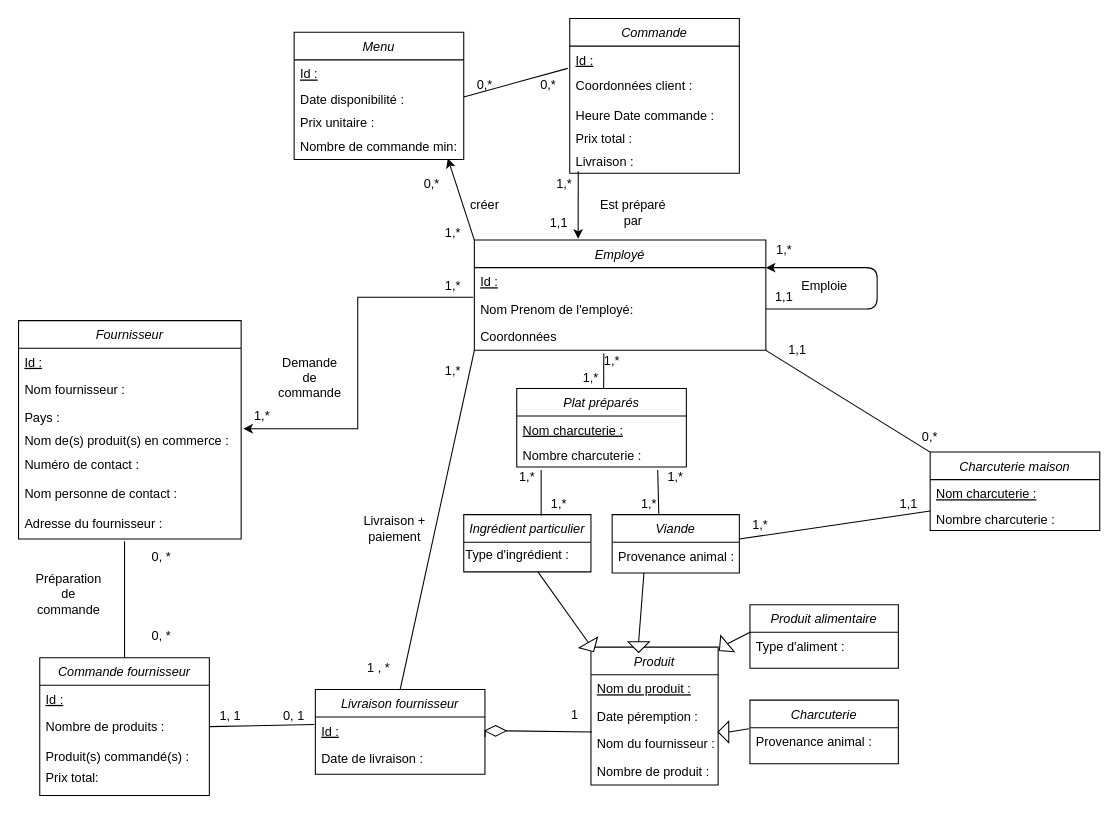
Above: Untitled Diagram.drawio in NHatim/aca (draw.io), before the change. Source tidied: cells renumbered, new cells numbered last; positions are measured from the earlier drawing's top-left corner, leaving out a move shared by most shapes. Both pictures are drawn from the tidied source at 106%, with x=0, y=0 at pixel (18, 18).
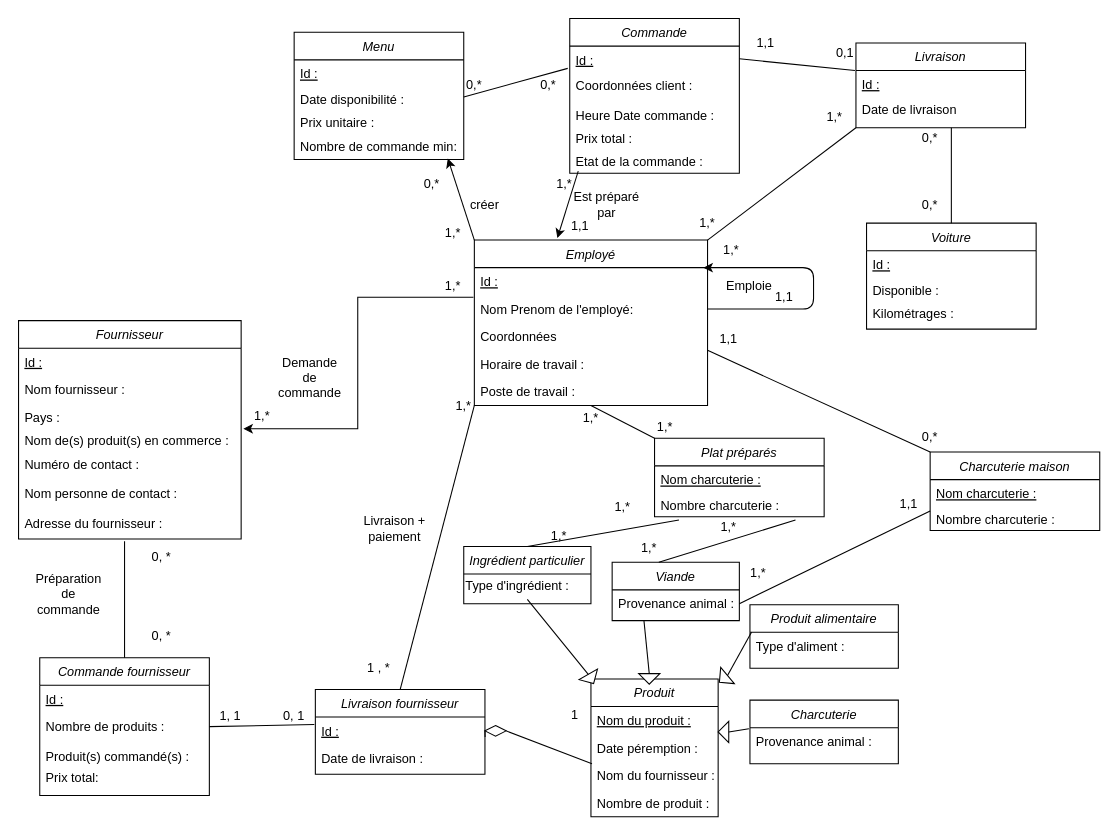
After the change.

The change refers to these unchanged cells:
```xml
<mxCell id="3" value="Provenance animal :" style="text;align=left;verticalAlign=top;spacingLeft=4;spacingRight=4;overflow=hidden;points=[[0,0.5],[1,0.5]];portConstraint=eastwest;" parent="2" vertex="1">
  <mxGeometry y="26" width="120" height="26" as="geometry" />
</mxCell>
<mxCell id="47" value="Type d'ingrédient :" style="text;html=1;strokeColor=none;fillColor=none;align=left;verticalAlign=middle;whiteSpace=wrap;rounded=0;" parent="46" vertex="1">
  <mxGeometry y="26" width="120" height="24" as="geometry" />
</mxCell>
<mxCell id="56" value="Charcuterie maison" style="swimlane;fontStyle=2;align=center;verticalAlign=top;horizontal=1;startSize=26;rounded=0;shadow=0;strokeWidth=1;" parent="1" vertex="1">
  <mxGeometry x="860" y="409" width="160" height="74" as="geometry" />
</mxCell>
<mxCell id="69" value="Commande" style="swimlane;fontStyle=2;align=center;verticalAlign=top;horizontal=1;startSize=26;rounded=0;shadow=0;strokeWidth=1;" parent="1" vertex="1">
  <mxGeometry x="520" width="160" height="146" as="geometry" />
</mxCell>
<mxCell id="70" value="Id :" style="text;align=left;verticalAlign=top;spacingLeft=4;spacingRight=4;overflow=hidden;points=[[0,0.5],[1,0.5]];portConstraint=eastwest;fontStyle=4;" parent="69" vertex="1">
  <mxGeometry y="26" width="160" height="24" as="geometry" />
</mxCell>
<mxCell id="96" value="Nombre charcuterie :" style="text;align=left;verticalAlign=top;spacingLeft=4;spacingRight=4;overflow=hidden;points=[[0,0.5],[1,0.5]];portConstraint=eastwest;fontStyle=0;" parent="94" vertex="1">
  <mxGeometry y="50" width="160" height="24" as="geometry" />
</mxCell>
```

Change to the diagram source:
```diff
@@
     <mxCell id="2" value="Viande" style="swimlane;fontStyle=2;align=center;verticalAlign=top;horizontal=1;startSize=26;rounded=0;shadow=0;strokeWidth=1;" parent="1" vertex="1">
-      <mxGeometry x="560" y="468" width="120" height="55" as="geometry" />
+      <mxGeometry x="560" y="513" width="120" height="55" as="geometry" />
     </mxCell>
@@
     <mxCell id="33" value="Employé" style="swimlane;fontStyle=2;align=center;verticalAlign=top;horizontal=1;startSize=26;rounded=0;shadow=0;strokeWidth=1;" parent="1" vertex="1">
-      <mxGeometry x="430" y="209" width="275" height="104" as="geometry" />
+      <mxGeometry x="430" y="209" width="220" height="156" as="geometry" />
     </mxCell>
     <mxCell id="34" value="Id :" style="text;align=left;verticalAlign=top;spacingLeft=4;spacingRight=4;overflow=hidden;points=[[0,0.5],[1,0.5]];portConstraint=eastwest;fontStyle=4;" parent="33" vertex="1">
-      <mxGeometry y="26" width="275" height="26" as="geometry" />
+      <mxGeometry y="26" width="220" height="26" as="geometry" />
     </mxCell>
     <mxCell id="35" value="Nom Prenom de l'employé:" style="text;align=left;verticalAlign=top;spacingLeft=4;spacingRight=4;overflow=hidden;points=[[0,0.5],[1,0.5]];portConstraint=eastwest;" parent="33" vertex="1">
-      <mxGeometry y="52" width="275" height="26" as="geometry" />
+      <mxGeometry y="52" width="220" height="26" as="geometry" />
     </mxCell>
-    <mxCell id="36" style="endArrow=classic;html=1;entryX=1;entryY=0.25;entryDx=0;entryDy=0;exitX=1;exitY=0.5;exitDx=0;exitDy=0;" parent="33" edge="1" source="35" target="33">
+    <mxCell id="36" style="endArrow=classic;html=1;entryX=0.982;entryY=0;entryDx=0;entryDy=0;exitX=1;exitY=0.5;exitDx=0;exitDy=0;entryPerimeter=0;" parent="33" edge="1" source="35" target="34">
       <mxGeometry relative="1" as="geometry">
         <Array as="points">
-          <mxPoint x="380" y="65" />
-          <mxPoint x="380" y="26" />
+          <mxPoint x="320" y="65" />
+          <mxPoint x="320" y="26" />
         </Array>
       </mxGeometry>
     </mxCell>
     <mxCell id="37" value="Coordonnées" style="text;align=left;verticalAlign=top;spacingLeft=4;spacingRight=4;overflow=hidden;points=[[0,0.5],[1,0.5]];portConstraint=eastwest;" parent="33" vertex="1">
-      <mxGeometry y="78" width="275" height="26" as="geometry" />
+      <mxGeometry y="78" width="220" height="26" as="geometry" />
     </mxCell>
+    <mxCell id="109" value="Horaire de travail :" style="text;align=left;verticalAlign=top;spacingLeft=4;spacingRight=4;overflow=hidden;" parent="33" vertex="1">
+      <mxGeometry y="104" width="220" height="26" as="geometry" />
+    </mxCell>
+    <mxCell id="110" value="Poste de travail :" style="text;align=left;verticalAlign=top;spacingLeft=4;spacingRight=4;overflow=hidden;" parent="33" vertex="1">
+      <mxGeometry y="130" width="220" height="26" as="geometry" />
+    </mxCell>
     <mxCell id="38" value="Produit" style="swimlane;fontStyle=2;align=center;verticalAlign=top;horizontal=1;startSize=26;rounded=0;shadow=0;strokeWidth=1;" parent="1" vertex="1">
-      <mxGeometry x="540" y="593" width="120" height="130" as="geometry" />
+      <mxGeometry x="540" y="623" width="120" height="130" as="geometry" />
     </mxCell>
@@
     <mxCell id="43" style="triangle;whiteSpace=wrap;html=1;rotation=90;" parent="1" vertex="1">
-      <mxGeometry x="580" y="583" width="10" height="20" as="geometry" />
+      <mxGeometry x="590" y="613" width="10" height="20" as="geometry" />
     </mxCell>
@@
     <mxCell id="46" value="Ingrédient particulier" style="swimlane;fontStyle=2;align=center;verticalAlign=top;horizontal=1;startSize=26;rounded=0;shadow=0;strokeWidth=1;" parent="1" vertex="1">
-      <mxGeometry x="420" y="468" width="120" height="54" as="geometry" />
+      <mxGeometry x="420" y="498" width="120" height="54" as="geometry" />
     </mxCell>
@@
     <mxCell id="48" style="triangle;whiteSpace=wrap;html=1;rotation=60;" parent="1" vertex="1">
-      <mxGeometry x="535" y="583" width="10" height="20" as="geometry" />
+      <mxGeometry x="535" y="613" width="10" height="20" as="geometry" />
     </mxCell>
-    <mxCell id="49" style="endArrow=none;html=1;exitX=0;exitY=0.5;exitDx=0;exitDy=0;" parent="1" edge="1" source="48">
-      <mxGeometry relative="1" as="geometry">
-        <mxPoint x="490" y="522" as="targetPoint" />
-      </mxGeometry>
+    <mxCell id="49" style="endArrow=none;html=1;exitX=0;exitY=0.5;exitDx=0;exitDy=0;entryX=0.5;entryY=1;entryDx=0;entryDy=0;" parent="1" edge="1" source="48" target="47">
+      <mxGeometry relative="1" as="geometry" />
     </mxCell>
@@
     <mxCell id="55" value="1,*" style="text;html=1;strokeColor=none;fillColor=none;align=center;verticalAlign=middle;whiteSpace=wrap;rounded=0;" parent="1" vertex="1">
-      <mxGeometry x="680" y="468" width="40" height="20" as="geometry" />
+      <mxGeometry x="677.5" y="513" width="40" height="20" as="geometry" />
     </mxCell>
@@
-    <mxCell id="59" style="endArrow=none;html=1;entryX=0;entryY=0.75;entryDx=0;entryDy=0;" parent="1" edge="1" target="56">
-      <mxGeometry relative="1" as="geometry">
-        <mxPoint x="680" y="491" as="sourcePoint" />
-      </mxGeometry>
+    <mxCell id="59" style="endArrow=none;html=1;entryX=0;entryY=0.75;entryDx=0;entryDy=0;exitX=1;exitY=0.5;exitDx=0;exitDy=0;" parent="1" edge="1" source="3" target="56">
+      <mxGeometry relative="1" as="geometry" />
     </mxCell>
@@
     <mxCell id="65" style="triangle;whiteSpace=wrap;html=1;rotation=-220;" parent="1" vertex="1">
-      <mxGeometry x="660" y="583" width="10" height="20" as="geometry" />
+      <mxGeometry x="660" y="613" width="10" height="20" as="geometry" />
     </mxCell>
     <mxCell id="66" value="Emploie" style="text;html=1;strokeColor=none;fillColor=none;align=center;verticalAlign=middle;whiteSpace=wrap;rounded=0;" parent="1" vertex="1">
-      <mxGeometry x="717.5" y="243" width="85" height="20" as="geometry" />
+      <mxGeometry x="647.5" y="243" width="82.5" height="20" as="geometry" />
     </mxCell>
     <mxCell id="67" value="1,*" style="text;html=1;strokeColor=none;fillColor=none;align=center;verticalAlign=middle;whiteSpace=wrap;rounded=0;" parent="1" vertex="1">
-      <mxGeometry x="710" y="209" width="25" height="20" as="geometry" />
+      <mxGeometry x="660" y="209" width="25" height="20" as="geometry" />
     </mxCell>
@@
-    <mxCell id="74" value="Livraison :" style="text;align=left;verticalAlign=top;spacingLeft=4;spacingRight=4;overflow=hidden;" parent="69" vertex="1">
+    <mxCell id="74" value="Etat de la commande :" style="text;align=left;verticalAlign=top;spacingLeft=4;spacingRight=4;overflow=hidden;" parent="69" vertex="1">
       <mxGeometry y="122" width="160" height="22" as="geometry" />
     </mxCell>
@@
     <mxCell id="76" value="Est préparé par" style="text;html=1;strokeColor=none;fillColor=none;align=center;verticalAlign=middle;whiteSpace=wrap;rounded=0;" parent="1" vertex="1">
-      <mxGeometry x="545" y="173" width="70" height="20" as="geometry" />
+      <mxGeometry x="520" y="166" width="70" height="20" as="geometry" />
     </mxCell>
@@
     <mxCell id="78" value="1,1" style="text;html=1;strokeColor=none;fillColor=none;align=center;verticalAlign=middle;whiteSpace=wrap;rounded=0;" parent="1" vertex="1">
-      <mxGeometry x="490" y="183" width="40" height="20" as="geometry" />
+      <mxGeometry x="510" y="186" width="40" height="20" as="geometry" />
     </mxCell>
@@
     <mxCell id="92" value="0,*" style="text;html=1;strokeColor=none;fillColor=none;align=center;verticalAlign=middle;whiteSpace=wrap;rounded=0;" parent="1" vertex="1">
-      <mxGeometry x="420" y="53" width="40" height="20" as="geometry" />
+      <mxGeometry x="410" y="53" width="40" height="20" as="geometry" />
     </mxCell>
@@
     <mxCell id="94" value="Plat préparés" style="swimlane;fontStyle=2;align=center;verticalAlign=top;horizontal=1;startSize=26;rounded=0;shadow=0;strokeWidth=1;" parent="1" vertex="1">
-      <mxGeometry x="470" y="349" width="160" height="74" as="geometry" />
+      <mxGeometry x="600" y="396" width="160" height="74" as="geometry" />
     </mxCell>
@@
     <mxCell id="97" value="1,1" style="text;html=1;strokeColor=none;fillColor=none;align=center;verticalAlign=middle;whiteSpace=wrap;rounded=0;" parent="1" vertex="1">
-      <mxGeometry x="715" y="303" width="40" height="20" as="geometry" />
+      <mxGeometry x="650" y="293" width="40" height="20" as="geometry" />
     </mxCell>
@@
     <mxCell id="99" value="1,*" style="text;html=1;strokeColor=none;fillColor=none;align=center;verticalAlign=middle;whiteSpace=wrap;rounded=0;" parent="1" vertex="1">
-      <mxGeometry x="390" y="323" width="40" height="20" as="geometry" />
+      <mxGeometry x="400" y="356" width="40" height="20" as="geometry" />
     </mxCell>
-    <mxCell id="100" style="endArrow=none;html=1;entryX=0.144;entryY=1.125;entryDx=0;entryDy=0;entryPerimeter=0;" parent="1" edge="1" target="96">
-      <mxGeometry relative="1" as="geometry">
-        <mxPoint x="493" y="469" as="sourcePoint" />
-      </mxGeometry>
+    <mxCell id="100" style="endArrow=none;html=1;entryX=0.144;entryY=1.125;entryDx=0;entryDy=0;entryPerimeter=0;exitX=0.5;exitY=0;exitDx=0;exitDy=0;" parent="1" edge="1" source="46" target="96">
+      <mxGeometry relative="1" as="geometry" />
     </mxCell>
@@
-    <mxCell id="102" style="endArrow=none;html=1;entryX=0.444;entryY=1.115;entryDx=0;entryDy=0;entryPerimeter=0;" parent="1" edge="1" target="37">
-      <mxGeometry relative="1" as="geometry">
-        <mxPoint x="552" y="349" as="sourcePoint" />
-      </mxGeometry>
+    <mxCell id="102" style="endArrow=none;html=1;entryX=0.5;entryY=1;entryDx=0;entryDy=0;exitX=0;exitY=0;exitDx=0;exitDy=0;" parent="1" edge="1" source="94" target="33">
+      <mxGeometry relative="1" as="geometry" />
     </mxCell>
     <mxCell id="103" value="1,*" style="text;html=1;strokeColor=none;fillColor=none;align=center;verticalAlign=middle;whiteSpace=wrap;rounded=0;" parent="1" vertex="1">
-      <mxGeometry x="540" y="313" width="40" height="20" as="geometry" />
+      <mxGeometry x="590" y="376" width="40" height="20" as="geometry" />
     </mxCell>
     <mxCell id="104" value="1,*" style="text;html=1;strokeColor=none;fillColor=none;align=center;verticalAlign=middle;whiteSpace=wrap;rounded=0;" parent="1" vertex="1">
-      <mxGeometry x="520" y="329" width="40" height="20" as="geometry" />
+      <mxGeometry x="520" y="367" width="40" height="20" as="geometry" />
     </mxCell>
     <mxCell id="105" value="1,*" style="text;html=1;strokeColor=none;fillColor=none;align=center;verticalAlign=middle;whiteSpace=wrap;rounded=0;" parent="1" vertex="1">
-      <mxGeometry x="460" y="423" width="40" height="20" as="geometry" />
+      <mxGeometry x="550" y="451" width="40" height="20" as="geometry" />
     </mxCell>
     <mxCell id="106" value="1,*" style="text;html=1;strokeColor=none;fillColor=none;align=center;verticalAlign=middle;whiteSpace=wrap;rounded=0;" parent="1" vertex="1">
-      <mxGeometry x="490" y="448" width="40" height="20" as="geometry" />
+      <mxGeometry x="490" y="478" width="40" height="20" as="geometry" />
     </mxCell>
     <mxCell id="107" value="1,*" style="text;html=1;strokeColor=none;fillColor=none;align=center;verticalAlign=middle;whiteSpace=wrap;rounded=0;" parent="1" vertex="1">
-      <mxGeometry x="575" y="448" width="40" height="20" as="geometry" />
+      <mxGeometry x="575" y="490" width="40" height="20" as="geometry" />
     </mxCell>
     <mxCell id="108" value="1,*" style="text;html=1;strokeColor=none;fillColor=none;align=center;verticalAlign=middle;whiteSpace=wrap;rounded=0;" parent="1" vertex="1">
-      <mxGeometry x="600" y="423" width="40" height="20" as="geometry" />
+      <mxGeometry x="650" y="470" width="40" height="20" as="geometry" />
     </mxCell>
+    <mxCell id="111" value="Voiture" style="swimlane;fontStyle=2;align=center;verticalAlign=top;horizontal=1;startSize=26;rounded=0;shadow=0;strokeWidth=1;" parent="1" vertex="1">
+      <mxGeometry x="800" y="193" width="160" height="100" as="geometry" />
+    </mxCell>
+    <mxCell id="112" value="Id :" style="text;align=left;verticalAlign=top;spacingLeft=4;spacingRight=4;overflow=hidden;fontStyle=4;" parent="111" vertex="1">
+      <mxGeometry y="26" width="160" height="24" as="geometry" />
+    </mxCell>
+    <mxCell id="113" value="Disponible :" style="text;align=left;verticalAlign=top;spacingLeft=4;spacingRight=4;overflow=hidden;" parent="111" vertex="1">
+      <mxGeometry y="50" width="160" height="22" as="geometry" />
+    </mxCell>
+    <mxCell id="114" value="Kilométrages :" style="text;align=left;verticalAlign=top;spacingLeft=4;spacingRight=4;overflow=hidden;" parent="111" vertex="1">
+      <mxGeometry y="72" width="160" height="22" as="geometry" />
+    </mxCell>
+    <mxCell id="115" value="Livraison" style="swimlane;fontStyle=2;align=center;verticalAlign=top;horizontal=1;startSize=26;rounded=0;shadow=0;strokeWidth=1;" parent="1" vertex="1">
+      <mxGeometry x="790" y="23" width="160" height="80" as="geometry" />
+    </mxCell>
+    <mxCell id="116" value="Id :" style="text;align=left;verticalAlign=top;spacingLeft=4;spacingRight=4;overflow=hidden;points=[[0,0.5],[1,0.5]];portConstraint=eastwest;fontStyle=4;" parent="115" vertex="1">
+      <mxGeometry y="26" width="160" height="24" as="geometry" />
+    </mxCell>
+    <mxCell id="117" value="Date de livraison" style="text;align=left;verticalAlign=top;spacingLeft=4;spacingRight=4;overflow=hidden;" parent="115" vertex="1">
+      <mxGeometry y="50" width="160" height="22" as="geometry" />
+    </mxCell>
+    <mxCell id="118" style="endArrow=none;html=1;entryX=0;entryY=1;entryDx=0;entryDy=0;exitX=1;exitY=0;exitDx=0;exitDy=0;" parent="1" edge="1" source="33" target="115">
+      <mxGeometry relative="1" as="geometry" />
+    </mxCell>
+    <mxCell id="119" style="endArrow=none;html=1;entryX=-0.006;entryY=0;entryDx=0;entryDy=0;exitX=1;exitY=0.5;exitDx=0;exitDy=0;entryPerimeter=0;" parent="1" edge="1" source="70" target="116">
+      <mxGeometry relative="1" as="geometry" />
+    </mxCell>
+    <mxCell id="120" style="endArrow=none;html=1;entryX=0.5;entryY=0;entryDx=0;entryDy=0;" parent="1" edge="1" target="111">
+      <mxGeometry relative="1" as="geometry">
+        <mxPoint x="880" y="103" as="sourcePoint" />
+      </mxGeometry>
+    </mxCell>
+    <mxCell id="121" value="1,1" style="text;html=1;strokeColor=none;fillColor=none;align=center;verticalAlign=middle;whiteSpace=wrap;rounded=0;" parent="1" vertex="1">
+      <mxGeometry x="685" y="13" width="40" height="20" as="geometry" />
+    </mxCell>
+    <mxCell id="122" value="1,*" style="text;html=1;strokeColor=none;fillColor=none;align=center;verticalAlign=middle;whiteSpace=wrap;rounded=0;" parent="1" vertex="1">
+      <mxGeometry x="750" y="83" width="40" height="20" as="geometry" />
+    </mxCell>
+    <mxCell id="123" value="1,*" style="text;html=1;strokeColor=none;fillColor=none;align=center;verticalAlign=middle;whiteSpace=wrap;rounded=0;" parent="1" vertex="1">
+      <mxGeometry x="630" y="183" width="40" height="20" as="geometry" />
+    </mxCell>
+    <mxCell id="124" value="0,*" style="text;html=1;strokeColor=none;fillColor=none;align=center;verticalAlign=middle;whiteSpace=wrap;rounded=0;" parent="1" vertex="1">
+      <mxGeometry x="840" y="103" width="40" height="20" as="geometry" />
+    </mxCell>
+    <mxCell id="125" value="0,*" style="text;html=1;strokeColor=none;fillColor=none;align=center;verticalAlign=middle;whiteSpace=wrap;rounded=0;" parent="1" vertex="1">
+      <mxGeometry x="840" y="166" width="40" height="20" as="geometry" />
+    </mxCell>
+    <mxCell id="126" value="0,1" style="text;html=1;strokeColor=none;fillColor=none;align=center;verticalAlign=middle;whiteSpace=wrap;rounded=0;" parent="1" vertex="1">
+      <mxGeometry x="760" y="23" width="40" height="20" as="geometry" />
+    </mxCell>
```
